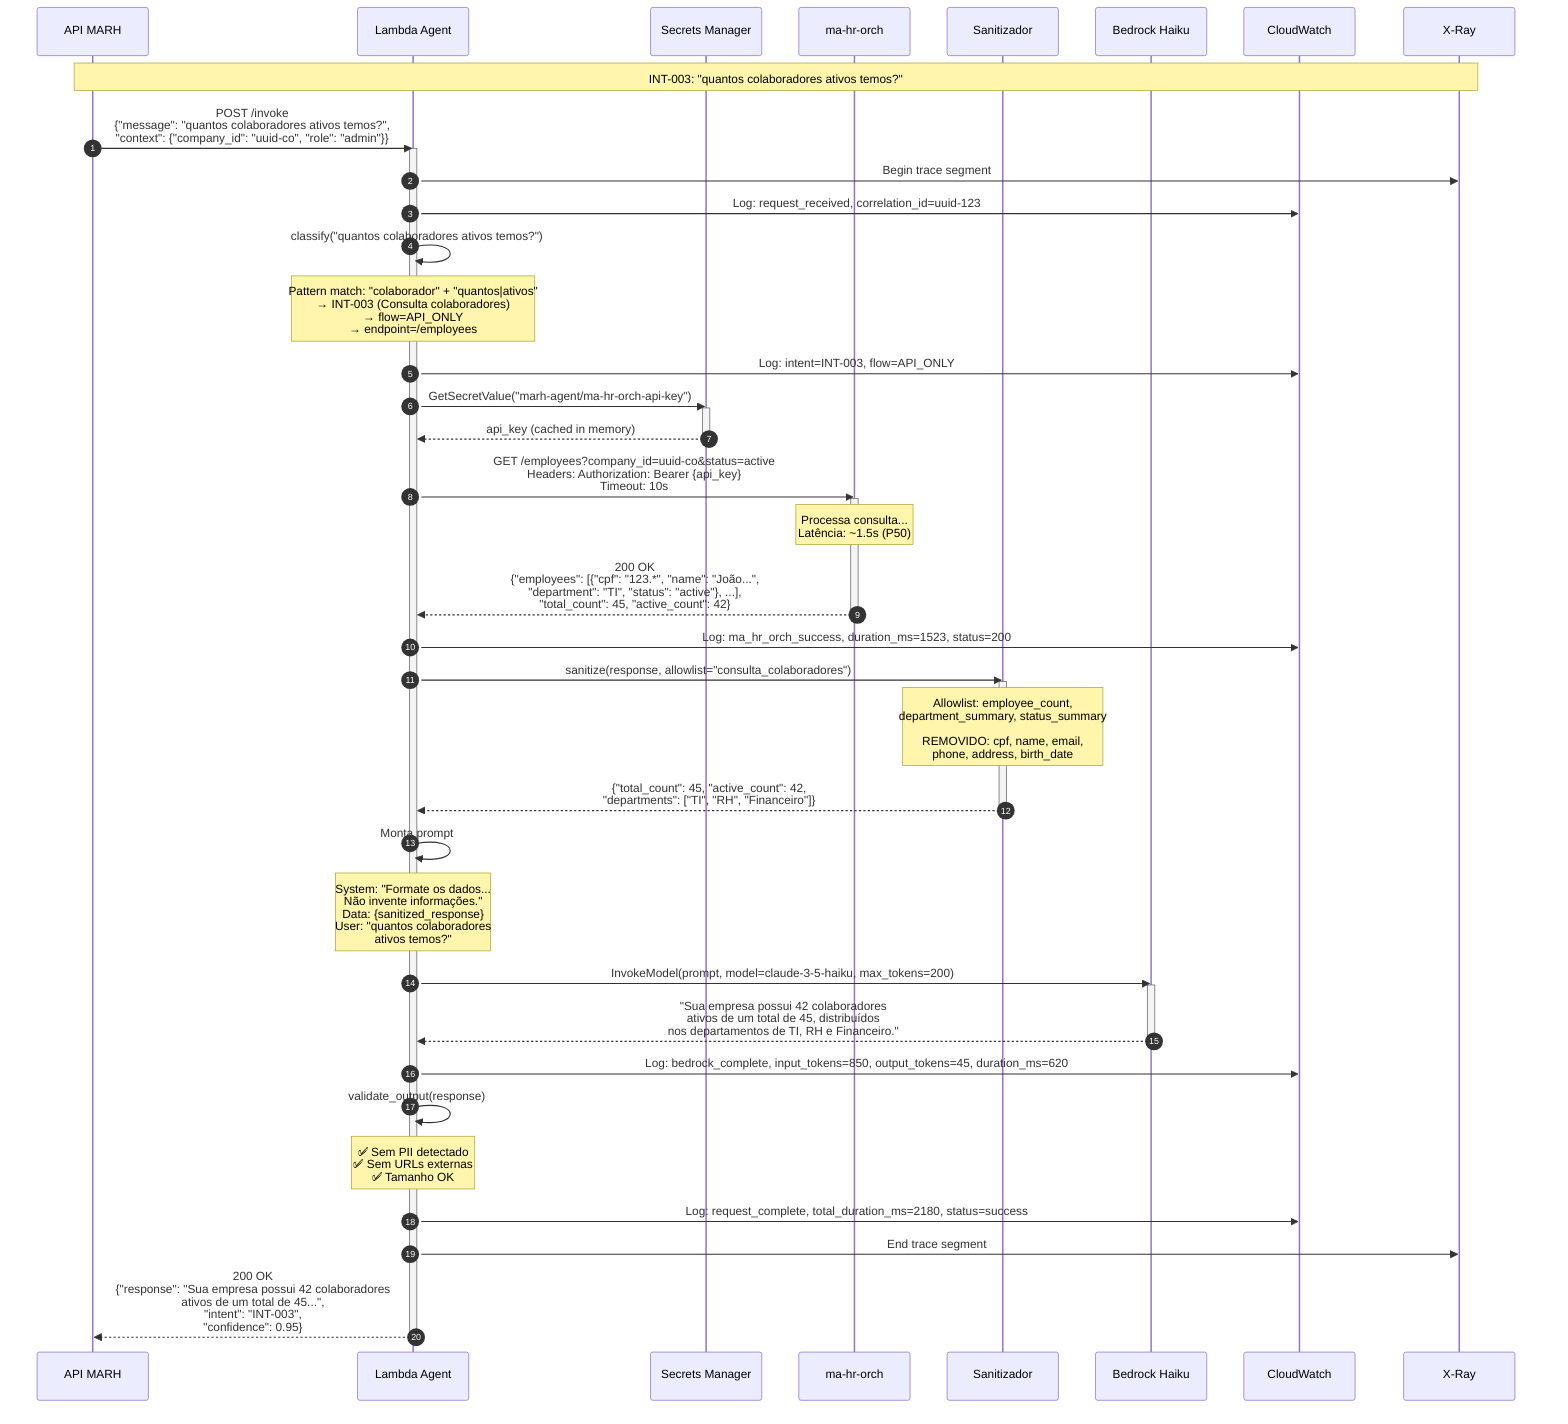
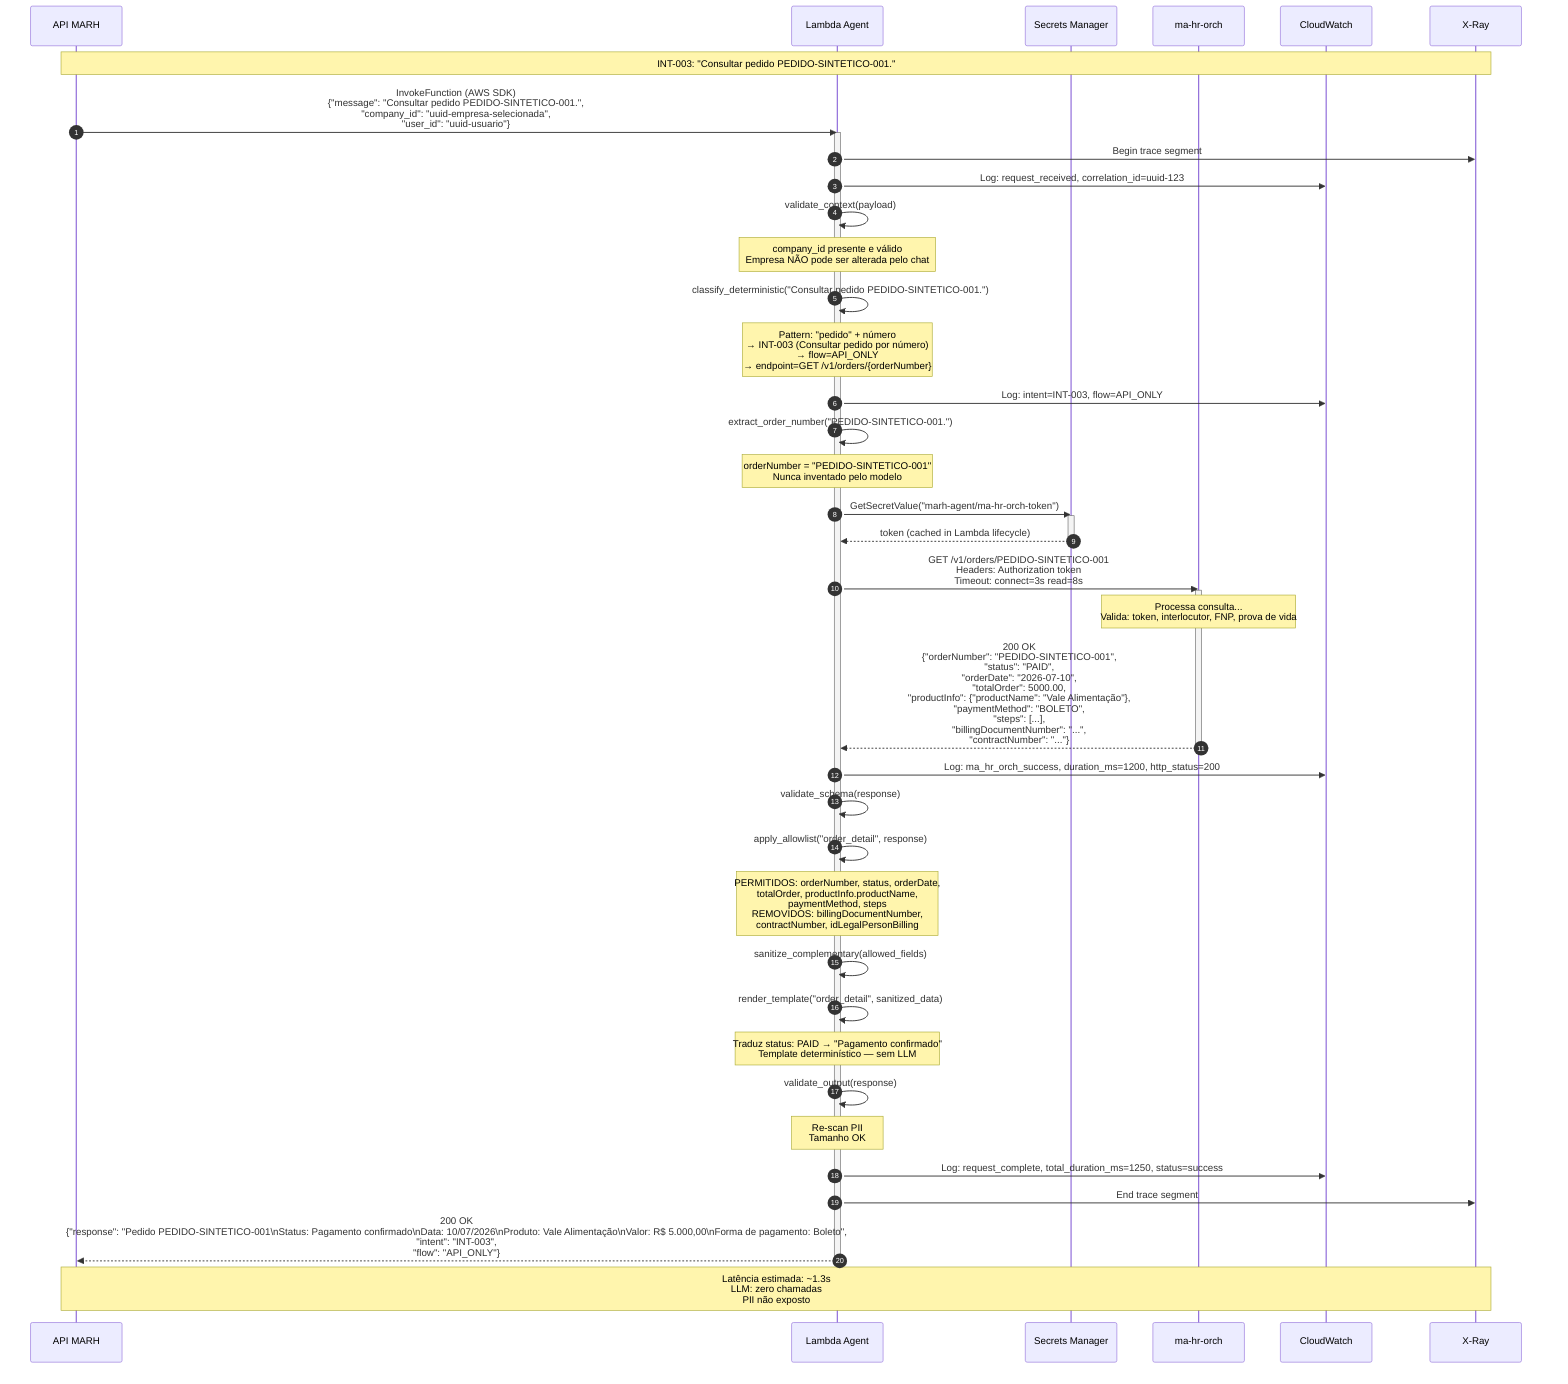
- %% Detailed Sequence Diagram - Order Query (INT-003)
- %% Data: 2026-07-23
- %% Intent: INT-003 (Consulta de colaboradores)
- %% Fluxo: API_ONLY
+ %% Sequence Diagram - Order Query (INT-003)
+ %% Data: 2026-07-23 (revisão corretiva)
+ %% Intent: INT-003 (Consultar pedido por número)
+ %% Fluxo: API_ONLY — sem LLM, template determinístico

sequenceDiagram
    autonumber
    participant MARH as API MARH
    participant Lambda as Lambda Agent
    participant Secrets as Secrets Manager
    participant Orch as ma-hr-orch
-     participant Sanitizer as Sanitizador
-     participant Bedrock as Bedrock Haiku
    participant CW as CloudWatch
    participant XR as X-Ray

-     Note over MARH,XR: INT-003: "quantos colaboradores ativos temos?"
+     Note over MARH,XR: INT-003: "Consultar pedido PEDIDO-SINTETICO-001."

-     MARH->>Lambda: POST /invoke<br/>{"message": "quantos colaboradores ativos temos?",<br/>"context": {"company_id": "uuid-co", "role": "admin"}}
+     MARH->>Lambda: InvokeFunction (AWS SDK)<br/>{"message": "Consultar pedido PEDIDO-SINTETICO-001.",<br/>"company_id": "uuid-empresa-selecionada",<br/>"user_id": "uuid-usuario"}
    activate Lambda

    Lambda->>XR: Begin trace segment
    Lambda->>CW: Log: request_received, correlation_id=uuid-123

+     %% Context validation
+     Lambda->>Lambda: validate_context(payload)
+     Note over Lambda: company_id presente e válido<br/>Empresa NÃO pode ser alterada pelo chat
+ 
    %% Classification
-     Lambda->>Lambda: classify("quantos colaboradores ativos temos?")
-     Note over Lambda: Pattern match: "colaborador" + "quantos|ativos"<br/>→ INT-003 (Consulta colaboradores)<br/>→ flow=API_ONLY<br/>→ endpoint=/employees
+     Lambda->>Lambda: classify_deterministic("Consultar pedido PEDIDO-SINTETICO-001.")
+     Note over Lambda: Pattern: "pedido" + número<br/>→ INT-003 (Consultar pedido por número)<br/>→ flow=API_ONLY<br/>→ endpoint=GET /v1/orders/{orderNumber}

    Lambda->>CW: Log: intent=INT-003, flow=API_ONLY

-     %% Get API credentials
-     Lambda->>Secrets: GetSecretValue("marh-agent/ma-hr-orch-api-key")
+     %% Extract order number (deterministic)
+     Lambda->>Lambda: extract_order_number("PEDIDO-SINTETICO-001.")
+     Note over Lambda: orderNumber = "PEDIDO-SINTETICO-001"<br/>Nunca inventado pelo modelo
+ 
+     %% Get credentials if needed
+     Lambda->>Secrets: GetSecretValue("marh-agent/ma-hr-orch-token")
    activate Secrets
-     Secrets-->>Lambda: api_key (cached in memory)
+     Secrets-->>Lambda: token (cached in Lambda lifecycle)
    deactivate Secrets

    %% Call ma-hr-orch
-     Lambda->>Orch: GET /employees?company_id=uuid-co&status=active<br/>Headers: Authorization: Bearer {api_key}<br/>Timeout: 10s
+     Lambda->>Orch: GET /v1/orders/PEDIDO-SINTETICO-001<br/>Headers: Authorization token<br/>Timeout: connect=3s read=8s
    activate Orch

-     Note over Orch: Processa consulta...<br/>Latência: ~1.5s (P50)
+     Note over Orch: Processa consulta...<br/>Valida: token, interlocutor, FNP, prova de vida

-     Orch-->>Lambda: 200 OK<br/>{"employees": [{"cpf": "123.*", "name": "João...",<br/>"department": "TI", "status": "active"}, ...],<br/>"total_count": 45, "active_count": 42}
+     Orch-->>Lambda: 200 OK<br/>{"orderNumber": "PEDIDO-SINTETICO-001",<br/>"status": "PAID",<br/>"orderDate": "2026-07-10",<br/>"totalOrder": 5000.00,<br/>"productInfo": {"productName": "Vale Alimentação"},<br/>"paymentMethod": "BOLETO",<br/>"steps": [...],<br/>"billingDocumentNumber": "...",<br/>"contractNumber": "..."}
    deactivate Orch

-     Lambda->>CW: Log: ma_hr_orch_success, duration_ms=1523, status=200
+     Lambda->>CW: Log: ma_hr_orch_success, duration_ms=1200, http_status=200

-     %% Sanitization
-     Lambda->>Sanitizer: sanitize(response, allowlist="consulta_colaboradores")
-     activate Sanitizer
+     %% Schema validation + Allowlist (no LLM)
+     Lambda->>Lambda: validate_schema(response)
+     Lambda->>Lambda: apply_allowlist("order_detail", response)
+     Note over Lambda: PERMITIDOS: orderNumber, status, orderDate,<br/>totalOrder, productInfo.productName,<br/>paymentMethod, steps<br/>REMOVIDOS: billingDocumentNumber,<br/>contractNumber, idLegalPersonBilling

-     Note over Sanitizer: Allowlist: employee_count,<br/>department_summary, status_summary<br/><br/>REMOVIDO: cpf, name, email,<br/>phone, address, birth_date
+     %% Complementary sanitization
+     Lambda->>Lambda: sanitize_complementary(allowed_fields)

-     Sanitizer-->>Lambda: {"total_count": 45, "active_count": 42,<br/>"departments": ["TI", "RH", "Financeiro"]}
-     deactivate Sanitizer
- 
-     %% LLM Generation
-     Lambda->>Lambda: Monta prompt
-     Note over Lambda: System: "Formate os dados...<br/>Não invente informações."<br/>Data: {sanitized_response}<br/>User: "quantos colaboradores<br/>ativos temos?"
- 
-     Lambda->>Bedrock: InvokeModel(prompt, model=claude-3-5-haiku, max_tokens=200)
-     activate Bedrock
-     Bedrock-->>Lambda: "Sua empresa possui 42 colaboradores<br/>ativos de um total de 45, distribuídos<br/>nos departamentos de TI, RH e Financeiro."
-     deactivate Bedrock
- 
-     Lambda->>CW: Log: bedrock_complete, input_tokens=850, output_tokens=45, duration_ms=620
+     %% Deterministic template (no LLM)
+     Lambda->>Lambda: render_template("order_detail", sanitized_data)
+     Note over Lambda: Traduz status: PAID → "Pagamento confirmado"<br/>Template determinístico — sem LLM

    %% Output validation
    Lambda->>Lambda: validate_output(response)
-     Note over Lambda: ✅ Sem PII detectado<br/>✅ Sem URLs externas<br/>✅ Tamanho OK
+     Note over Lambda: Re-scan PII<br/>Tamanho OK

-     Lambda->>CW: Log: request_complete, total_duration_ms=2180, status=success
+     Lambda->>CW: Log: request_complete, total_duration_ms=1250, status=success
    Lambda->>XR: End trace segment

-     Lambda-->>MARH: 200 OK<br/>{"response": "Sua empresa possui 42 colaboradores<br/>ativos de um total de 45...",<br/>"intent": "INT-003",<br/>"confidence": 0.95}
+     Lambda-->>MARH: 200 OK<br/>{"response": "Pedido PEDIDO-SINTETICO-001\nStatus: Pagamento confirmado\nData: 10/07/2026\nProduto: Vale Alimentação\nValor: R$ 5.000,00\nForma de pagamento: Boleto",<br/>"intent": "INT-003",<br/>"flow": "API_ONLY"}
    deactivate Lambda
+ 
+     Note over MARH,XR: Latência estimada: ~1.3s<br/>LLM: zero chamadas<br/>PII não exposto
